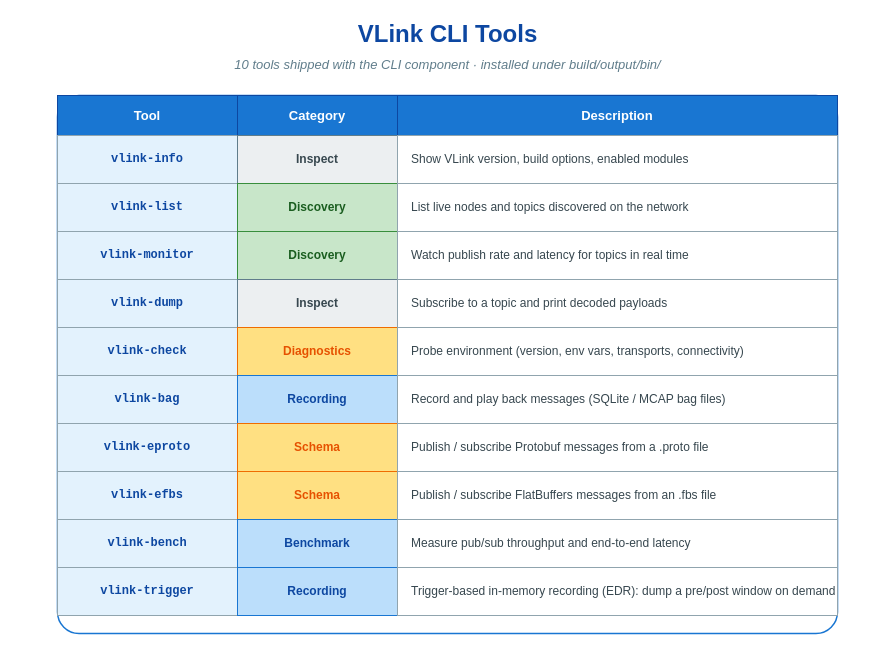
The draw.io diagram doc/images/foreword-cli-tools-table.drawio in thun-res/vlink, before the edit. Source tidied: cells renumbered, new cells numbered last; positions are measured from the earlier drawing's top-left corner, leaving out a move shared by most shapes. Both pictures are drawn from the tidied source at 100%, with x=0, y=0 at pixel (17, 17).
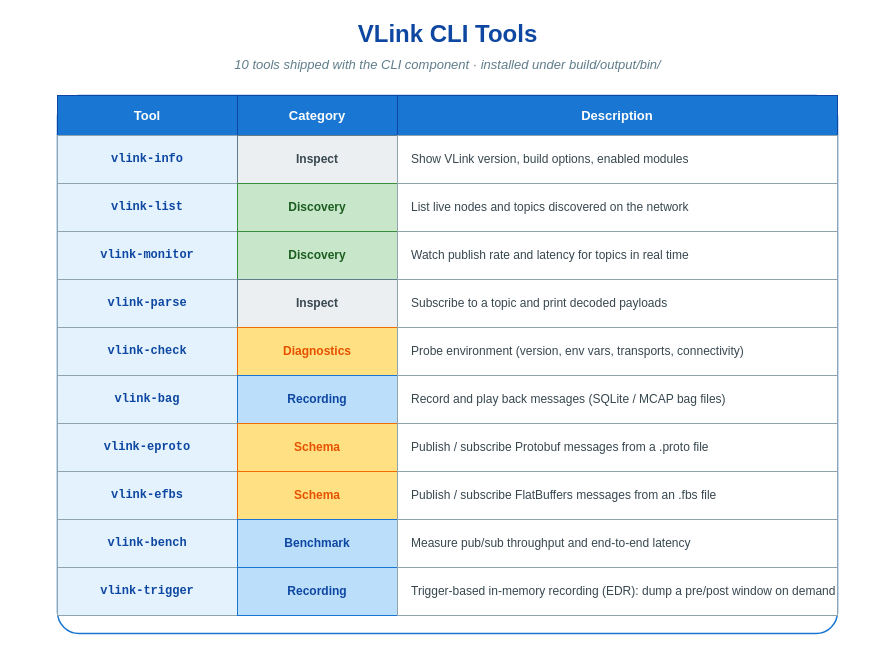
The same page after the edit.

The edit, as a diff of the source:
```diff
@@
-    <mxCell id="17" value="vlink-dump" style="rounded=0;whiteSpace=wrap;html=1;fillColor=#e3f2fd;strokeColor=#90a4ae;strokeWidth=1;fontFamily=Courier New;fontSize=12;fontStyle=1;fontColor=#0d47a1;align=center;verticalAlign=middle;shadow=0;" parent="1" vertex="1">
+    <mxCell id="17" value="vlink-parse" style="rounded=0;whiteSpace=wrap;html=1;fillColor=#e3f2fd;strokeColor=#90a4ae;strokeWidth=1;fontFamily=Courier New;fontSize=12;fontStyle=1;fontColor=#0d47a1;align=center;verticalAlign=middle;shadow=0;" parent="1" vertex="1">
       <mxGeometry x="40" y="262" width="180" height="48" as="geometry" />
     </mxCell>
```
